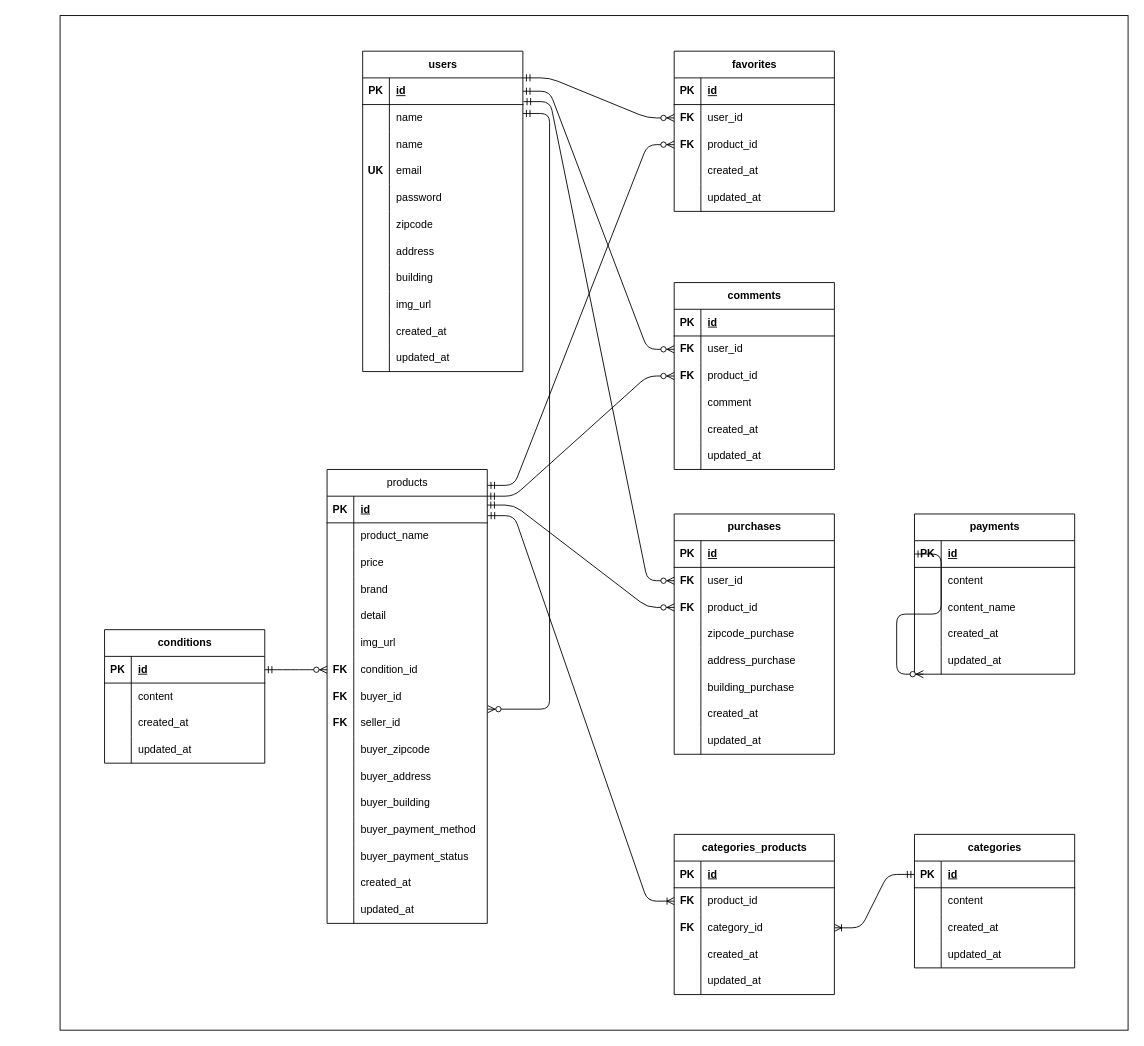
Before: erd.drawio in hktooooo/free_market_app, a draw.io diagram. Source tidied: cells renumbered, new cells numbered last; positions are measured from the earlier drawing's top-left corner, leaving out a move shared by most shapes. Both pictures are drawn from the tidied source at 89%, with x=0, y=0 at pixel (60, 15).
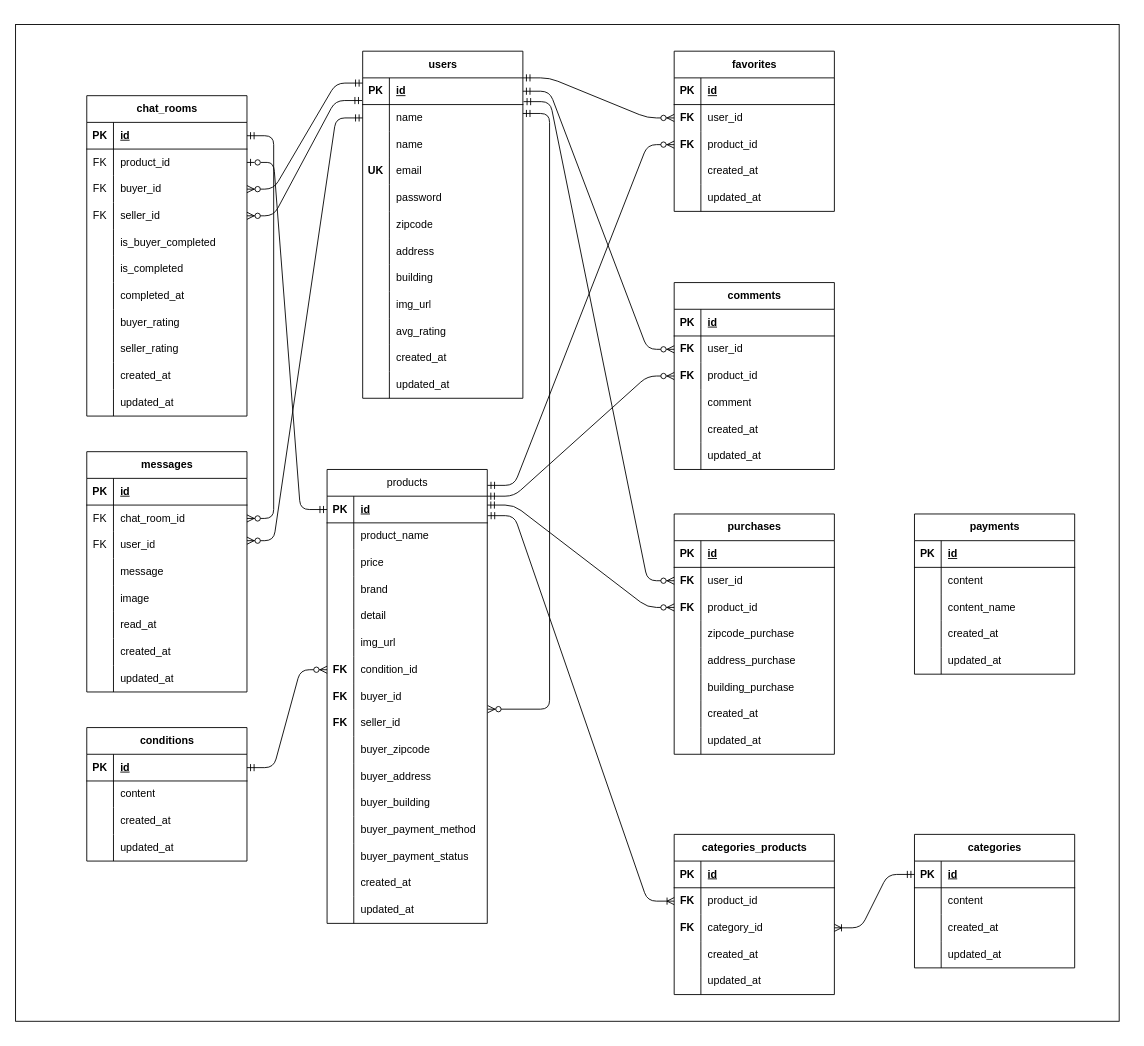
The same diagram, later.

Commit message (it also covers changes not shown here):
REAMME修正, ER図追加

Unchanged cells that the change refers to:
```xml
<mxCell id="4" style="shape=tableRow;horizontal=0;startSize=0;swimlaneHead=0;swimlaneBody=0;fillColor=none;points=[[0,0.5],[1,0.5]];portConstraint=eastwest;top=0;left=0;right=0;bottom=1;" parent="3" vertex="1">
  <mxGeometry y="30" width="180" height="30" as="geometry" />
</mxCell>
<mxCell id="7" style="shape=tableRow;horizontal=0;startSize=0;swimlaneHead=0;swimlaneBody=0;fillColor=none;points=[[0,0.5],[1,0.5]];portConstraint=eastwest;top=0;left=0;right=0;bottom=0;" parent="3" vertex="1">
  <mxGeometry y="60" width="180" height="30" as="geometry" />
</mxCell>
<mxCell id="38" style="shape=tableRow;horizontal=0;startSize=0;swimlaneHead=0;swimlaneBody=0;fillColor=none;points=[[0,0.5],[1,0.5]];portConstraint=eastwest;top=0;left=0;right=0;bottom=1;" parent="37" vertex="1">
  <mxGeometry y="30" width="180" height="30" as="geometry" />
</mxCell>
<mxCell id="151" style="shape=tableRow;horizontal=0;startSize=0;swimlaneHead=0;swimlaneBody=0;fillColor=none;points=[[0,0.5],[1,0.5]];portConstraint=eastwest;top=0;left=0;right=0;bottom=1;" parent="150" vertex="1">
  <mxGeometry y="30" width="180" height="30" as="geometry" />
</mxCell>
```

Diff of the diagram source:
```diff
@@
     <mxCell id="2" style="rounded=0;whiteSpace=wrap;html=1;" parent="1" vertex="1">
-      <mxGeometry width="1200" height="1140" as="geometry" />
+      <mxGeometry x="-50" y="10" width="1240" height="1120" as="geometry" />
     </mxCell>
     <mxCell id="3" value="users" style="shape=table;startSize=30;childLayout=tableLayout;rowLines=0;fontStyle=1;align=center;html=1;" parent="1" vertex="1">
-      <mxGeometry x="340" y="40" width="180" height="360" as="geometry" />
+      <mxGeometry x="340" y="40" width="180" height="390" as="geometry" />
     </mxCell>
@@
+    <mxCell id="215" style="shape=tableRow;horizontal=0;startSize=0;swimlaneHead=0;swimlaneBody=0;fillColor=none;top=0;left=0;right=0;bottom=0;" parent="3" vertex="1">
+      <mxGeometry y="300" width="180" height="30" as="geometry" />
+    </mxCell>
+    <mxCell id="216" style="shape=partialRectangle;fillColor=none;top=0;left=0;bottom=0;right=0;overflow=hidden;whiteSpace=wrap;html=1;" parent="215" vertex="1">
+      <mxGeometry width="30" height="30" as="geometry" />
+    </mxCell>
+    <mxCell id="217" value="avg_rating" style="shape=partialRectangle;fillColor=none;top=0;left=0;bottom=0;right=0;align=left;spacingLeft=6;overflow=hidden;whiteSpace=wrap;html=1;" parent="215" vertex="1">
+      <mxGeometry x="30" width="150" height="30" as="geometry" />
+    </mxCell>
     <mxCell id="31" style="shape=tableRow;horizontal=0;startSize=0;swimlaneHead=0;swimlaneBody=0;fillColor=none;top=0;left=0;right=0;bottom=0;" parent="3" vertex="1">
-      <mxGeometry y="300" width="180" height="30" as="geometry" />
+      <mxGeometry y="330" width="180" height="30" as="geometry" />
     </mxCell>
@@
     <mxCell id="34" style="shape=tableRow;horizontal=0;startSize=0;swimlaneHead=0;swimlaneBody=0;fillColor=none;top=0;left=0;right=0;bottom=0;" parent="3" vertex="1">
-      <mxGeometry y="330" width="180" height="30" as="geometry" />
+      <mxGeometry y="360" width="180" height="30" as="geometry" />
     </mxCell>
@@
     <mxCell id="197" value="conditions" style="shape=table;startSize=30;childLayout=tableLayout;rowLines=0;fontStyle=1;align=center;html=1;" parent="1" vertex="1">
-      <mxGeometry x="50" y="690" width="180" height="150" as="geometry" />
+      <mxGeometry x="30" y="800" width="180" height="150" as="geometry" />
     </mxCell>
@@
-    <mxCell id="211" style="edgeStyle=entityRelationEdgeStyle;fontSize=12;html=1;endArrow=ERzeroToMany;startArrow=ERmandOne;entryX=1;entryY=0.5;entryDx=0;entryDy=0;exitX=0;exitY=0.5;exitDx=0;exitDy=0;" parent="1" edge="1" source="151">
-      <mxGeometry relative="1" as="geometry">
-        <mxPoint x="970" y="740" as="targetPoint" />
-      </mxGeometry>
-    </mxCell>
@@
+    <mxCell id="218" value="chat_rooms" style="shape=table;startSize=30;childLayout=tableLayout;rowLines=0;fontStyle=1;align=center;html=1;" parent="1" vertex="1">
+      <mxGeometry x="30" y="90" width="180" height="360" as="geometry" />
+    </mxCell>
+    <mxCell id="219" style="shape=tableRow;horizontal=0;startSize=0;swimlaneHead=0;swimlaneBody=0;fillColor=none;points=[[0,0.5],[1,0.5]];portConstraint=eastwest;top=0;left=0;right=0;bottom=1;" parent="218" vertex="1">
+      <mxGeometry y="30" width="180" height="30" as="geometry" />
+    </mxCell>
+    <mxCell id="220" value="PK" style="shape=partialRectangle;fillColor=none;top=0;left=0;bottom=0;right=0;fontStyle=1;overflow=hidden;whiteSpace=wrap;html=1;" parent="219" vertex="1">
+      <mxGeometry width="30" height="30" as="geometry" />
+    </mxCell>
+    <mxCell id="221" value="id" style="shape=partialRectangle;fillColor=none;top=0;left=0;bottom=0;right=0;align=left;spacingLeft=6;fontStyle=5;overflow=hidden;whiteSpace=wrap;html=1;" parent="219" vertex="1">
+      <mxGeometry x="30" width="150" height="30" as="geometry" />
+    </mxCell>
+    <mxCell id="222" style="shape=tableRow;horizontal=0;startSize=0;swimlaneHead=0;swimlaneBody=0;fillColor=none;points=[[0,0.5],[1,0.5]];portConstraint=eastwest;top=0;left=0;right=0;bottom=0;" parent="218" vertex="1">
+      <mxGeometry y="60" width="180" height="30" as="geometry" />
+    </mxCell>
+    <mxCell id="223" value="FK" style="shape=partialRectangle;fillColor=none;top=0;left=0;bottom=0;right=0;overflow=hidden;whiteSpace=wrap;html=1;" parent="222" vertex="1">
+      <mxGeometry width="30" height="30" as="geometry" />
+    </mxCell>
+    <mxCell id="224" value="product_id" style="shape=partialRectangle;fillColor=none;top=0;left=0;bottom=0;right=0;align=left;spacingLeft=6;overflow=hidden;whiteSpace=wrap;html=1;" parent="222" vertex="1">
+      <mxGeometry x="30" width="150" height="30" as="geometry" />
+    </mxCell>
+    <mxCell id="225" style="shape=tableRow;horizontal=0;startSize=0;swimlaneHead=0;swimlaneBody=0;fillColor=none;points=[[0,0.5],[1,0.5]];portConstraint=eastwest;top=0;left=0;right=0;bottom=0;" parent="218" vertex="1">
+      <mxGeometry y="90" width="180" height="30" as="geometry" />
+    </mxCell>
+    <mxCell id="226" value="FK" style="shape=partialRectangle;fillColor=none;top=0;left=0;bottom=0;right=0;overflow=hidden;whiteSpace=wrap;html=1;" parent="225" vertex="1">
+      <mxGeometry width="30" height="30" as="geometry" />
+    </mxCell>
+    <mxCell id="227" value="buyer_id" style="shape=partialRectangle;fillColor=none;top=0;left=0;bottom=0;right=0;align=left;spacingLeft=6;overflow=hidden;whiteSpace=wrap;html=1;" parent="225" vertex="1">
+      <mxGeometry x="30" width="150" height="30" as="geometry" />
+    </mxCell>
+    <mxCell id="228" style="shape=tableRow;horizontal=0;startSize=0;swimlaneHead=0;swimlaneBody=0;fillColor=none;points=[[0,0.5],[1,0.5]];portConstraint=eastwest;top=0;left=0;right=0;bottom=0;" parent="218" vertex="1">
+      <mxGeometry y="120" width="180" height="30" as="geometry" />
+    </mxCell>
+    <mxCell id="229" value="FK" style="shape=partialRectangle;fillColor=none;top=0;left=0;bottom=0;right=0;overflow=hidden;whiteSpace=wrap;html=1;" parent="228" vertex="1">
+      <mxGeometry width="30" height="30" as="geometry" />
+    </mxCell>
+    <mxCell id="230" value="seller_id" style="shape=partialRectangle;fillColor=none;top=0;left=0;bottom=0;right=0;align=left;spacingLeft=6;overflow=hidden;whiteSpace=wrap;html=1;" parent="228" vertex="1">
+      <mxGeometry x="30" width="150" height="30" as="geometry" />
+    </mxCell>
+    <mxCell id="231" style="shape=tableRow;horizontal=0;startSize=0;swimlaneHead=0;swimlaneBody=0;fillColor=none;top=0;left=0;right=0;bottom=0;" parent="218" vertex="1">
+      <mxGeometry y="150" width="180" height="30" as="geometry" />
+    </mxCell>
+    <mxCell id="232" style="shape=partialRectangle;fillColor=none;top=0;left=0;bottom=0;right=0;overflow=hidden;whiteSpace=wrap;html=1;" parent="231" vertex="1">
+      <mxGeometry width="30" height="30" as="geometry" />
+    </mxCell>
+    <mxCell id="233" value="is_buyer_completed" style="shape=partialRectangle;fillColor=none;top=0;left=0;bottom=0;right=0;align=left;spacingLeft=6;overflow=hidden;whiteSpace=wrap;html=1;" parent="231" vertex="1">
+      <mxGeometry x="30" width="150" height="30" as="geometry" />
+    </mxCell>
+    <mxCell id="234" style="shape=tableRow;horizontal=0;startSize=0;swimlaneHead=0;swimlaneBody=0;fillColor=none;top=0;left=0;right=0;bottom=0;" parent="218" vertex="1">
+      <mxGeometry y="180" width="180" height="30" as="geometry" />
+    </mxCell>
+    <mxCell id="235" style="shape=partialRectangle;fillColor=none;top=0;left=0;bottom=0;right=0;overflow=hidden;whiteSpace=wrap;html=1;" parent="234" vertex="1">
+      <mxGeometry width="30" height="30" as="geometry" />
+    </mxCell>
+    <mxCell id="236" value="is_completed" style="shape=partialRectangle;fillColor=none;top=0;left=0;bottom=0;right=0;align=left;spacingLeft=6;overflow=hidden;whiteSpace=wrap;html=1;" parent="234" vertex="1">
+      <mxGeometry x="30" width="150" height="30" as="geometry" />
+    </mxCell>
+    <mxCell id="237" style="shape=tableRow;horizontal=0;startSize=0;swimlaneHead=0;swimlaneBody=0;fillColor=none;top=0;left=0;right=0;bottom=0;" parent="218" vertex="1">
+      <mxGeometry y="210" width="180" height="30" as="geometry" />
+    </mxCell>
+    <mxCell id="238" style="shape=partialRectangle;fillColor=none;top=0;left=0;bottom=0;right=0;overflow=hidden;whiteSpace=wrap;html=1;" parent="237" vertex="1">
+      <mxGeometry width="30" height="30" as="geometry" />
+    </mxCell>
+    <mxCell id="239" value="completed_at" style="shape=partialRectangle;fillColor=none;top=0;left=0;bottom=0;right=0;align=left;spacingLeft=6;overflow=hidden;whiteSpace=wrap;html=1;" parent="237" vertex="1">
+      <mxGeometry x="30" width="150" height="30" as="geometry" />
+    </mxCell>
+    <mxCell id="240" style="shape=tableRow;horizontal=0;startSize=0;swimlaneHead=0;swimlaneBody=0;fillColor=none;top=0;left=0;right=0;bottom=0;" parent="218" vertex="1">
+      <mxGeometry y="240" width="180" height="30" as="geometry" />
+    </mxCell>
+    <mxCell id="241" style="shape=partialRectangle;fillColor=none;top=0;left=0;bottom=0;right=0;overflow=hidden;whiteSpace=wrap;html=1;" parent="240" vertex="1">
+      <mxGeometry width="30" height="30" as="geometry" />
+    </mxCell>
+    <mxCell id="242" value="buyer_rating" style="shape=partialRectangle;fillColor=none;top=0;left=0;bottom=0;right=0;align=left;spacingLeft=6;overflow=hidden;whiteSpace=wrap;html=1;" parent="240" vertex="1">
+      <mxGeometry x="30" width="150" height="30" as="geometry" />
+    </mxCell>
+    <mxCell id="243" style="shape=tableRow;horizontal=0;startSize=0;swimlaneHead=0;swimlaneBody=0;fillColor=none;top=0;left=0;right=0;bottom=0;" parent="218" vertex="1">
+      <mxGeometry y="270" width="180" height="30" as="geometry" />
+    </mxCell>
+    <mxCell id="244" style="shape=partialRectangle;fillColor=none;top=0;left=0;bottom=0;right=0;overflow=hidden;whiteSpace=wrap;html=1;" parent="243" vertex="1">
+      <mxGeometry width="30" height="30" as="geometry" />
+    </mxCell>
+    <mxCell id="245" value="seller_rating" style="shape=partialRectangle;fillColor=none;top=0;left=0;bottom=0;right=0;align=left;spacingLeft=6;overflow=hidden;whiteSpace=wrap;html=1;" parent="243" vertex="1">
+      <mxGeometry x="30" width="150" height="30" as="geometry" />
+    </mxCell>
+    <mxCell id="246" style="shape=tableRow;horizontal=0;startSize=0;swimlaneHead=0;swimlaneBody=0;fillColor=none;top=0;left=0;right=0;bottom=0;" parent="218" vertex="1">
+      <mxGeometry y="300" width="180" height="30" as="geometry" />
+    </mxCell>
+    <mxCell id="247" style="shape=partialRectangle;fillColor=none;top=0;left=0;bottom=0;right=0;overflow=hidden;whiteSpace=wrap;html=1;" parent="246" vertex="1">
+      <mxGeometry width="30" height="30" as="geometry" />
+    </mxCell>
+    <mxCell id="248" value="&lt;span style=&quot;color: rgb(0, 0, 0);&quot;&gt;created_at&lt;/span&gt;" style="shape=partialRectangle;fillColor=none;top=0;left=0;bottom=0;right=0;align=left;spacingLeft=6;overflow=hidden;whiteSpace=wrap;html=1;" parent="246" vertex="1">
+      <mxGeometry x="30" width="150" height="30" as="geometry" />
+    </mxCell>
+    <mxCell id="249" style="shape=tableRow;horizontal=0;startSize=0;swimlaneHead=0;swimlaneBody=0;fillColor=none;top=0;left=0;right=0;bottom=0;" parent="218" vertex="1">
+      <mxGeometry y="330" width="180" height="30" as="geometry" />
+    </mxCell>
+    <mxCell id="250" style="shape=partialRectangle;fillColor=none;top=0;left=0;bottom=0;right=0;overflow=hidden;whiteSpace=wrap;html=1;" parent="249" vertex="1">
+      <mxGeometry width="30" height="30" as="geometry" />
+    </mxCell>
+    <mxCell id="251" value="&lt;span style=&quot;color: rgb(0, 0, 0);&quot;&gt;updated_at&lt;/span&gt;" style="shape=partialRectangle;fillColor=none;top=0;left=0;bottom=0;right=0;align=left;spacingLeft=6;overflow=hidden;whiteSpace=wrap;html=1;" parent="249" vertex="1">
+      <mxGeometry x="30" width="150" height="30" as="geometry" />
+    </mxCell>
+    <mxCell id="252" style="edgeStyle=entityRelationEdgeStyle;fontSize=12;html=1;endArrow=ERmandOne;startArrow=ERzeroToMany;exitX=1;exitY=0.5;exitDx=0;exitDy=0;endFill=0;entryX=0;entryY=0.195;entryDx=0;entryDy=0;entryPerimeter=0;" parent="1" edge="1" source="225" target="4">
+      <mxGeometry relative="1" as="geometry" />
+    </mxCell>
+    <mxCell id="253" style="edgeStyle=entityRelationEdgeStyle;fontSize=12;html=1;endArrow=ERmandOne;startArrow=ERzeroToMany;entryX=-0.004;entryY=0.849;entryDx=0;entryDy=0;entryPerimeter=0;endFill=0;exitX=1;exitY=0.5;exitDx=0;exitDy=0;" parent="1" edge="1" source="228" target="4">
+      <mxGeometry relative="1" as="geometry" />
+    </mxCell>
+    <mxCell id="254" style="edgeStyle=entityRelationEdgeStyle;fontSize=12;html=1;endArrow=ERmandOne;startArrow=ERzeroToOne;entryX=0;entryY=0.5;entryDx=0;entryDy=0;exitX=1;exitY=0.5;exitDx=0;exitDy=0;startFill=0;endFill=0;" parent="1" edge="1" source="222" target="38">
+      <mxGeometry relative="1" as="geometry" />
+    </mxCell>
+    <mxCell id="255" value="messages" style="shape=table;startSize=30;childLayout=tableLayout;rowLines=0;fontStyle=1;align=center;html=1;" parent="1" vertex="1">
+      <mxGeometry x="30" y="490" width="180" height="270" as="geometry" />
+    </mxCell>
+    <mxCell id="256" style="shape=tableRow;horizontal=0;startSize=0;swimlaneHead=0;swimlaneBody=0;fillColor=none;top=0;left=0;right=0;bottom=1;" parent="255" vertex="1">
+      <mxGeometry y="30" width="180" height="30" as="geometry" />
+    </mxCell>
+    <mxCell id="257" value="PK" style="shape=partialRectangle;fillColor=none;top=0;left=0;bottom=0;right=0;fontStyle=1;overflow=hidden;whiteSpace=wrap;html=1;" parent="256" vertex="1">
+      <mxGeometry width="30" height="30" as="geometry" />
+    </mxCell>
+    <mxCell id="258" value="id" style="shape=partialRectangle;fillColor=none;top=0;left=0;bottom=0;right=0;align=left;spacingLeft=6;fontStyle=5;overflow=hidden;whiteSpace=wrap;html=1;" parent="256" vertex="1">
+      <mxGeometry x="30" width="150" height="30" as="geometry" />
+    </mxCell>
+    <mxCell id="259" style="shape=tableRow;horizontal=0;startSize=0;swimlaneHead=0;swimlaneBody=0;fillColor=none;points=[[0,0.5],[1,0.5]];portConstraint=eastwest;top=0;left=0;right=0;bottom=0;" parent="255" vertex="1">
+      <mxGeometry y="60" width="180" height="30" as="geometry" />
+    </mxCell>
+    <mxCell id="260" value="FK" style="shape=partialRectangle;fillColor=none;top=0;left=0;bottom=0;right=0;overflow=hidden;whiteSpace=wrap;html=1;" parent="259" vertex="1">
+      <mxGeometry width="30" height="30" as="geometry" />
+    </mxCell>
+    <mxCell id="261" value="chat_room_id" style="shape=partialRectangle;fillColor=none;top=0;left=0;bottom=0;right=0;align=left;spacingLeft=6;overflow=hidden;whiteSpace=wrap;html=1;" parent="259" vertex="1">
+      <mxGeometry x="30" width="150" height="30" as="geometry" />
+    </mxCell>
+    <mxCell id="262" style="shape=tableRow;horizontal=0;startSize=0;swimlaneHead=0;swimlaneBody=0;fillColor=none;top=0;left=0;right=0;bottom=0;" parent="255" vertex="1">
+      <mxGeometry y="90" width="180" height="30" as="geometry" />
+    </mxCell>
+    <mxCell id="263" value="FK" style="shape=partialRectangle;fillColor=none;top=0;left=0;bottom=0;right=0;overflow=hidden;whiteSpace=wrap;html=1;" parent="262" vertex="1">
+      <mxGeometry width="30" height="30" as="geometry" />
+    </mxCell>
+    <mxCell id="264" value="user_id" style="shape=partialRectangle;fillColor=none;top=0;left=0;bottom=0;right=0;align=left;spacingLeft=6;overflow=hidden;whiteSpace=wrap;html=1;" parent="262" vertex="1">
+      <mxGeometry x="30" width="150" height="30" as="geometry" />
+    </mxCell>
+    <mxCell id="265" style="shape=tableRow;horizontal=0;startSize=0;swimlaneHead=0;swimlaneBody=0;fillColor=none;top=0;left=0;right=0;bottom=0;" parent="255" vertex="1">
+      <mxGeometry y="120" width="180" height="30" as="geometry" />
+    </mxCell>
+    <mxCell id="266" style="shape=partialRectangle;fillColor=none;top=0;left=0;bottom=0;right=0;overflow=hidden;whiteSpace=wrap;html=1;" parent="265" vertex="1">
+      <mxGeometry width="30" height="30" as="geometry" />
+    </mxCell>
+    <mxCell id="267" value="message" style="shape=partialRectangle;fillColor=none;top=0;left=0;bottom=0;right=0;align=left;spacingLeft=6;overflow=hidden;whiteSpace=wrap;html=1;" parent="265" vertex="1">
+      <mxGeometry x="30" width="150" height="30" as="geometry" />
+    </mxCell>
+    <mxCell id="268" style="shape=tableRow;horizontal=0;startSize=0;swimlaneHead=0;swimlaneBody=0;fillColor=none;top=0;left=0;right=0;bottom=0;" parent="255" vertex="1">
+      <mxGeometry y="150" width="180" height="30" as="geometry" />
+    </mxCell>
+    <mxCell id="269" style="shape=partialRectangle;fillColor=none;top=0;left=0;bottom=0;right=0;overflow=hidden;whiteSpace=wrap;html=1;" parent="268" vertex="1">
+      <mxGeometry width="30" height="30" as="geometry" />
+    </mxCell>
+    <mxCell id="270" value="image" style="shape=partialRectangle;fillColor=none;top=0;left=0;bottom=0;right=0;align=left;spacingLeft=6;overflow=hidden;whiteSpace=wrap;html=1;" parent="268" vertex="1">
+      <mxGeometry x="30" width="150" height="30" as="geometry" />
+    </mxCell>
+    <mxCell id="271" style="shape=tableRow;horizontal=0;startSize=0;swimlaneHead=0;swimlaneBody=0;fillColor=none;top=0;left=0;right=0;bottom=0;" parent="255" vertex="1">
+      <mxGeometry y="180" width="180" height="30" as="geometry" />
+    </mxCell>
+    <mxCell id="272" style="shape=partialRectangle;fillColor=none;top=0;left=0;bottom=0;right=0;overflow=hidden;whiteSpace=wrap;html=1;" parent="271" vertex="1">
+      <mxGeometry width="30" height="30" as="geometry" />
+    </mxCell>
+    <mxCell id="273" value="read_at" style="shape=partialRectangle;fillColor=none;top=0;left=0;bottom=0;right=0;align=left;spacingLeft=6;overflow=hidden;whiteSpace=wrap;html=1;" parent="271" vertex="1">
+      <mxGeometry x="30" width="150" height="30" as="geometry" />
+    </mxCell>
+    <mxCell id="274" style="shape=tableRow;horizontal=0;startSize=0;swimlaneHead=0;swimlaneBody=0;fillColor=none;top=0;left=0;right=0;bottom=0;" parent="255" vertex="1">
+      <mxGeometry y="210" width="180" height="30" as="geometry" />
+    </mxCell>
+    <mxCell id="275" style="shape=partialRectangle;fillColor=none;top=0;left=0;bottom=0;right=0;overflow=hidden;whiteSpace=wrap;html=1;" parent="274" vertex="1">
+      <mxGeometry width="30" height="30" as="geometry" />
+    </mxCell>
+    <mxCell id="276" value="&lt;span style=&quot;color: rgb(0, 0, 0);&quot;&gt;created_at&lt;/span&gt;" style="shape=partialRectangle;fillColor=none;top=0;left=0;bottom=0;right=0;align=left;spacingLeft=6;overflow=hidden;whiteSpace=wrap;html=1;" parent="274" vertex="1">
+      <mxGeometry x="30" width="150" height="30" as="geometry" />
+    </mxCell>
+    <mxCell id="277" style="shape=tableRow;horizontal=0;startSize=0;swimlaneHead=0;swimlaneBody=0;fillColor=none;top=0;left=0;right=0;bottom=0;" parent="255" vertex="1">
+      <mxGeometry y="240" width="180" height="30" as="geometry" />
+    </mxCell>
+    <mxCell id="278" style="shape=partialRectangle;fillColor=none;top=0;left=0;bottom=0;right=0;overflow=hidden;whiteSpace=wrap;html=1;" parent="277" vertex="1">
+      <mxGeometry width="30" height="30" as="geometry" />
+    </mxCell>
+    <mxCell id="279" value="&lt;span style=&quot;color: rgb(0, 0, 0);&quot;&gt;updated_at&lt;/span&gt;" style="shape=partialRectangle;fillColor=none;top=0;left=0;bottom=0;right=0;align=left;spacingLeft=6;overflow=hidden;whiteSpace=wrap;html=1;" parent="277" vertex="1">
+      <mxGeometry x="30" width="150" height="30" as="geometry" />
+    </mxCell>
+    <mxCell id="280" style="edgeStyle=entityRelationEdgeStyle;fontSize=12;html=1;endArrow=ERzeroToMany;startArrow=ERmandOne;entryX=1;entryY=0.5;entryDx=0;entryDy=0;exitX=1;exitY=0.5;exitDx=0;exitDy=0;" parent="1" edge="1" source="219" target="259">
+      <mxGeometry relative="1" as="geometry">
+        <Array as="points">
+          <mxPoint x="529" y="355" />
+        </Array>
+      </mxGeometry>
+    </mxCell>
+    <mxCell id="281" style="edgeStyle=entityRelationEdgeStyle;fontSize=12;html=1;endArrow=ERmandOne;endFill=0;startArrow=ERzeroToMany;entryX=0;entryY=0.5;entryDx=0;entryDy=0;" parent="1" edge="1" target="7">
+      <mxGeometry relative="1" as="geometry">
+        <mxPoint x="210" y="590" as="sourcePoint" />
+      </mxGeometry>
+    </mxCell>
```
